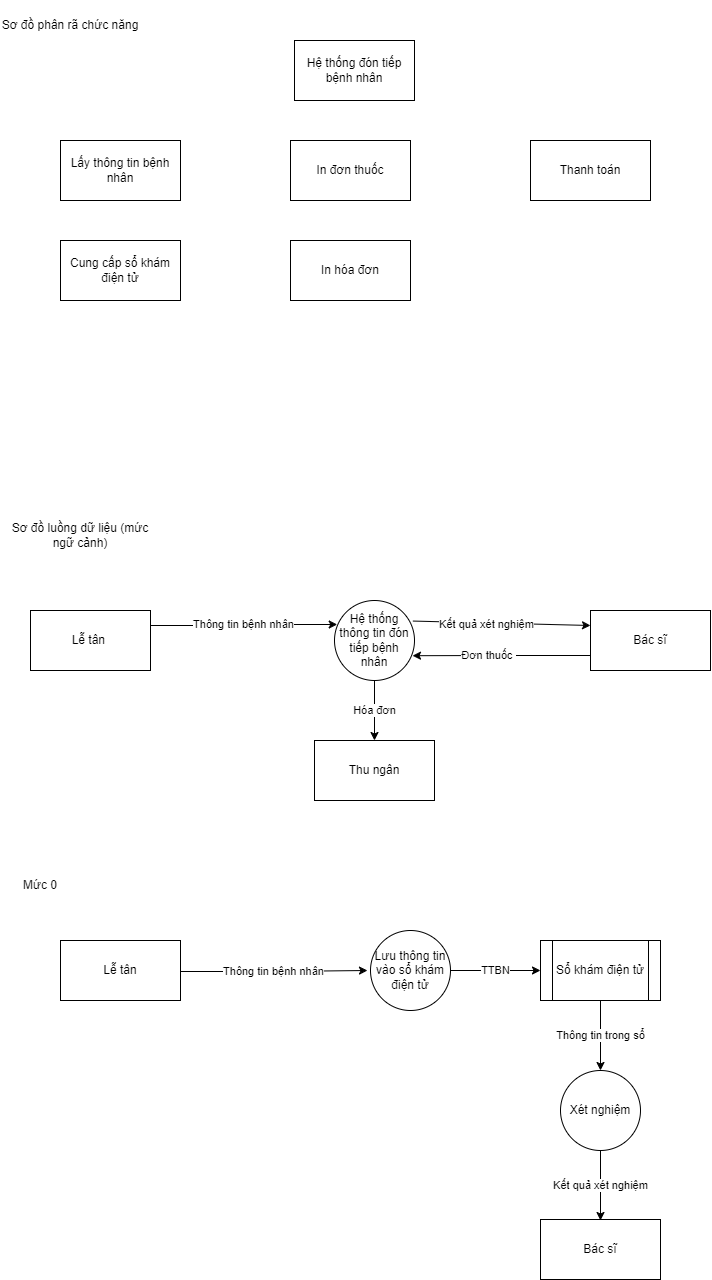
Earlier version of the draw.io export DFD4.png (InfiniteByte1811/branch1). Source tidied: cells renumbered, new cells last; positions are measured from the earlier drawing's top-left corner, leaving out a move shared by most shapes.
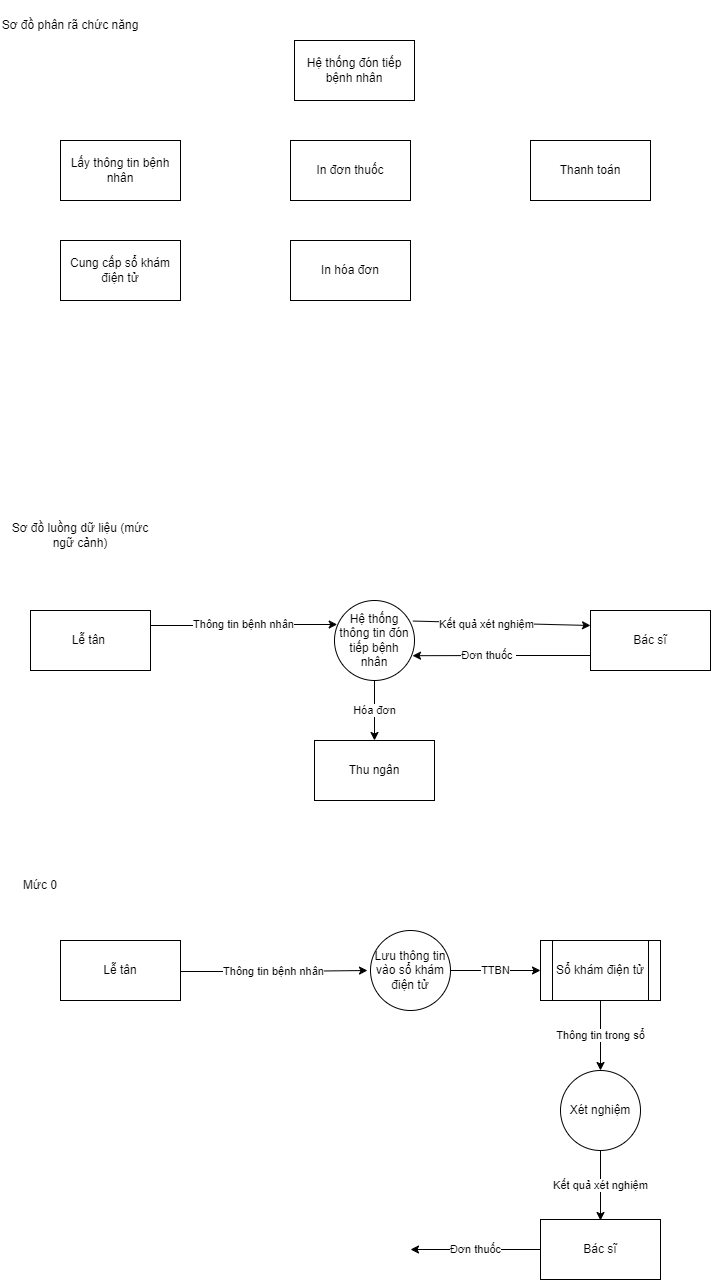
Above is the later version.

Commit message:
Cập nhật DFD4.png

Diff of the diagram source:
```diff
@@ -92,6 +92,11 @@
     <mxCell id="28" value="Xét nghiệm" style="ellipse;whiteSpace=wrap;html=1;" parent="1" vertex="1">
       <mxGeometry x="560" y="1070" width="80" height="80" as="geometry" />
     </mxCell>
+    <mxCell id="30" value="Đơn thuốc" style="edgeStyle=orthogonalEdgeStyle;rounded=0;jettySize=auto;html=1;" parent="1" edge="1" source="29">
+      <mxGeometry relative="1" as="geometry">
+        <mxPoint x="410" y="1249" as="targetPoint" />
+      </mxGeometry>
+    </mxCell>
     <mxCell id="29" value="Bác sĩ" style="rounded=0;whiteSpace=wrap;html=1;" parent="1" vertex="1">
       <mxGeometry x="540" y="1219" width="120" height="60" as="geometry" />
     </mxCell>
```
